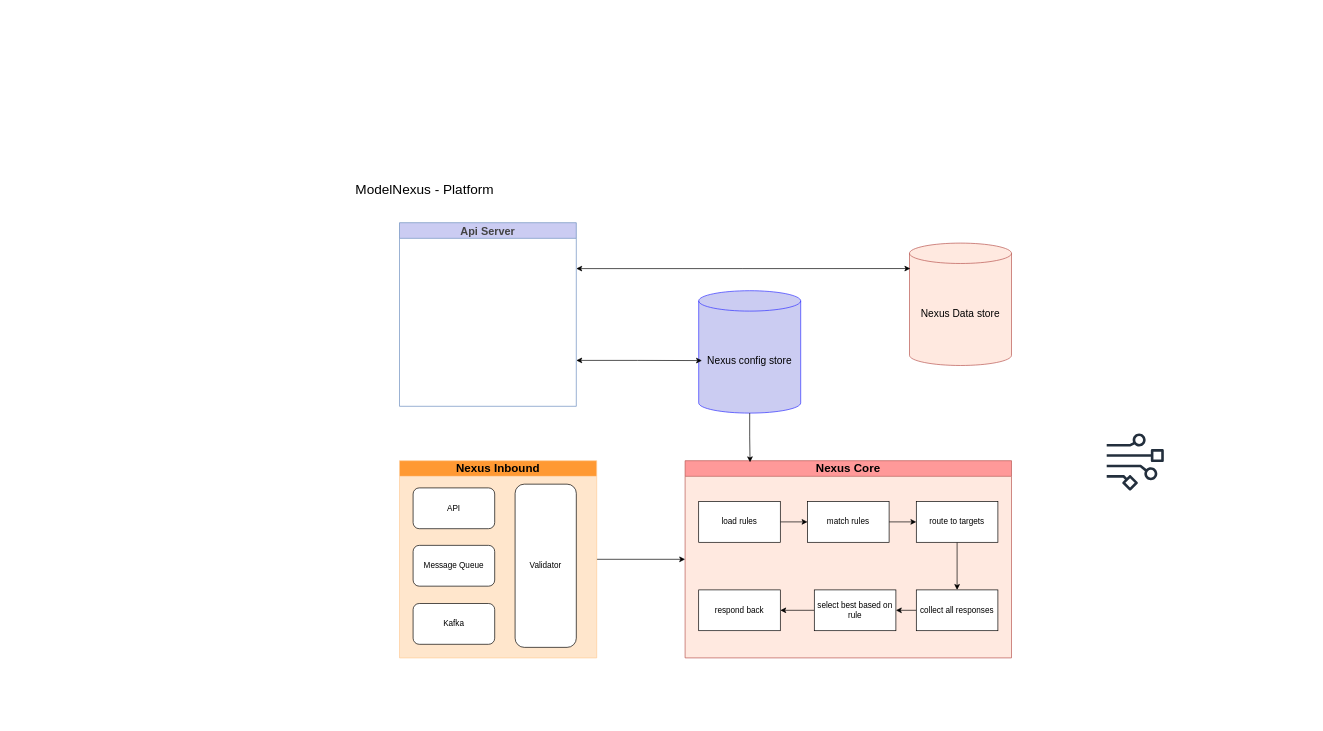
The draw.io diagram ModelNexus.drawio in AJ-ajay-AY/system_design, before the edit. Source tidied: cells renumbered, new cells numbered last; positions are measured from the earlier drawing's top-left corner, leaving out a move shared by most shapes. Both pictures are drawn from the tidied source at 68%, with x=0, y=0 at pixel (352, 168).
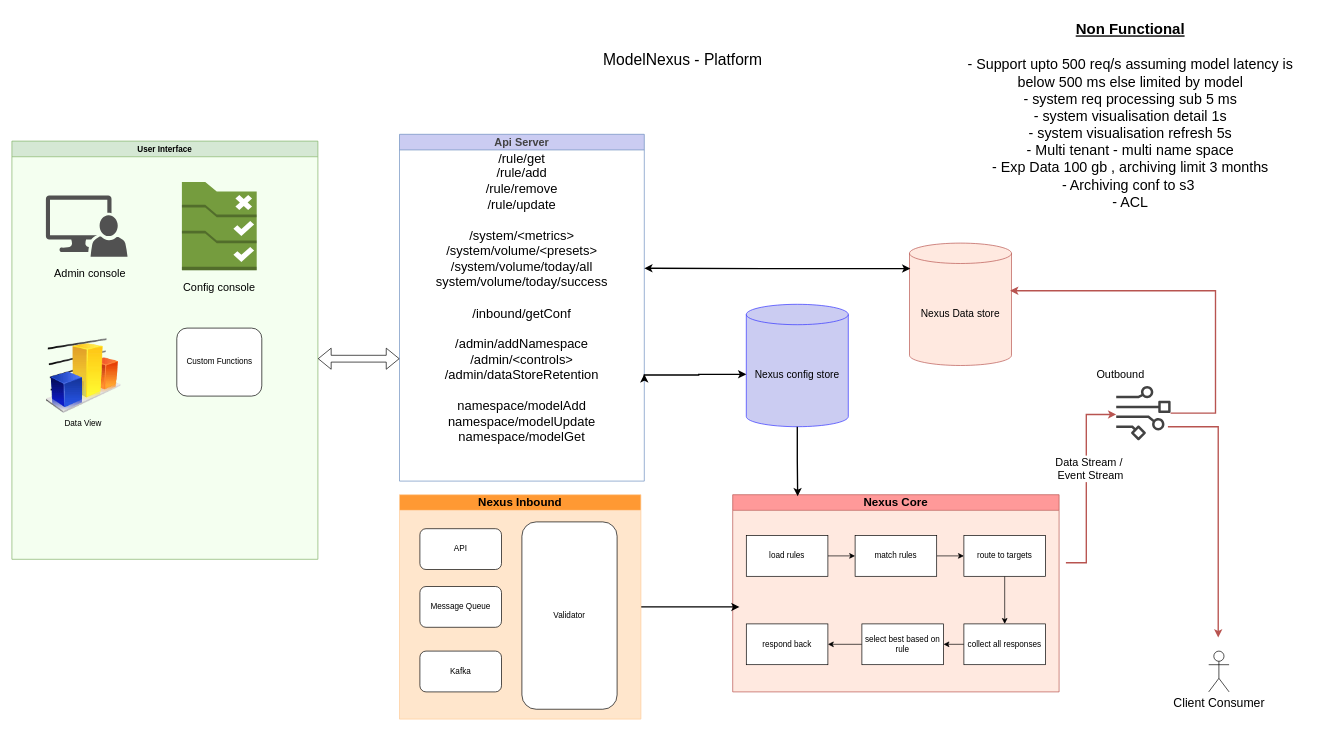
The same page after the edit.

The change refers to these unchanged cells:
```xml
<mxCell id="23" value="&lt;font style=&quot;font-size: 15px;&quot;&gt;Nexus Data store&lt;/font&gt;" style="shape=cylinder3;whiteSpace=wrap;html=1;boundedLbl=1;backgroundOutline=1;size=15;fillColor=#FFE9E0;strokeColor=#b85450;" parent="1" vertex="1">
  <mxGeometry x="820" y="110" width="150" height="180" as="geometry" />
</mxCell>
```

Diff of the diagram source:
```diff
@@
-    <mxCell id="2" value="&lt;font style=&quot;font-size: 20px;&quot;&gt;ModelNexus - Platform&amp;nbsp;&lt;/font&gt;" style="text;html=1;align=center;verticalAlign=middle;whiteSpace=wrap;rounded=0;" parent="1" vertex="1">
-      <mxGeometry width="220" height="60" as="geometry" />
+    <mxCell id="2" value="&lt;font style=&quot;font-size: 23px;&quot;&gt;ModelNexus - Platform&amp;nbsp;&lt;/font&gt;" style="text;html=1;align=center;verticalAlign=middle;whiteSpace=wrap;rounded=0;" parent="1" vertex="1">
+      <mxGeometry x="330" y="-230" width="320" height="140" as="geometry" />
     </mxCell>
     <mxCell id="3" value="&lt;font style=&quot;font-size: 17px;&quot;&gt;Nexus Core&lt;/font&gt;" style="swimlane;whiteSpace=wrap;html=1;fillColor=#FF9999;strokeColor=#b85450;swimlaneFillColor=#FFE9E0;" parent="1" vertex="1">
-      <mxGeometry x="490" y="430" width="480" height="290" as="geometry" />
+      <mxGeometry x="560" y="480" width="480" height="290" as="geometry" />
     </mxCell>
@@
     <mxCell id="15" value="&lt;font style=&quot;font-size: 15px;&quot;&gt;Nexus config store&lt;/font&gt;" style="shape=cylinder3;whiteSpace=wrap;html=1;boundedLbl=1;backgroundOutline=1;size=15;fillColor=#CBCCF2;strokeColor=#3333FF;" parent="1" vertex="1">
-      <mxGeometry x="510" y="180" width="150" height="180" as="geometry" />
+      <mxGeometry x="580" y="200" width="150" height="180" as="geometry" />
     </mxCell>
     <mxCell id="16" value="&lt;font color=&quot;#424242&quot; style=&quot;font-size: 16px;&quot;&gt;Api Server&lt;/font&gt;" style="swimlane;whiteSpace=wrap;html=1;fillColor=#CBCCF2;strokeColor=#6c8ebf;" parent="1" vertex="1">
-      <mxGeometry x="70" y="80" width="260" height="270" as="geometry" />
+      <mxGeometry x="70" y="-50" width="360" height="510" as="geometry" />
     </mxCell>
+    <mxCell id="28" value="&lt;div&gt;&lt;span style=&quot;font-size: 19px;&quot;&gt;&lt;br&gt;&lt;/span&gt;&lt;/div&gt;&lt;div&gt;&lt;span style=&quot;font-size: 19px;&quot;&gt;/rule/get&lt;/span&gt;&lt;br&gt;&lt;/div&gt;&lt;span style=&quot;font-size: 19px;&quot;&gt;/rule/add&lt;/span&gt;&lt;div&gt;&lt;span style=&quot;font-size: 19px;&quot;&gt;/rule/remove&lt;/span&gt;&lt;/div&gt;&lt;div&gt;&lt;span style=&quot;font-size: 19px;&quot;&gt;/rule/update&lt;/span&gt;&lt;/div&gt;&lt;div&gt;&lt;span style=&quot;font-size: 19px;&quot;&gt;&lt;br&gt;&lt;/span&gt;&lt;/div&gt;&lt;div&gt;&lt;span style=&quot;font-size: 19px;&quot;&gt;/system/&amp;lt;metrics&amp;gt;&lt;/span&gt;&lt;/div&gt;&lt;div&gt;&lt;span style=&quot;font-size: 19px;&quot;&gt;/system/volume/&amp;lt;presets&amp;gt;&lt;/span&gt;&lt;/div&gt;&lt;div&gt;&lt;span style=&quot;font-size: 19px;&quot;&gt;/system/volume/today/all&lt;/span&gt;&lt;/div&gt;&lt;div&gt;&lt;span style=&quot;font-size: 19px;&quot;&gt;system/volume/today/success&lt;/span&gt;&lt;/div&gt;&lt;div&gt;&lt;span style=&quot;font-size: 19px;&quot;&gt;&lt;br&gt;&lt;/span&gt;&lt;/div&gt;&lt;div&gt;&lt;span style=&quot;font-size: 19px;&quot;&gt;/inbound/getConf&lt;/span&gt;&lt;/div&gt;&lt;div&gt;&lt;span style=&quot;font-size: 19px;&quot;&gt;&lt;br&gt;&lt;/span&gt;&lt;/div&gt;&lt;div&gt;&lt;span style=&quot;font-size: 19px;&quot;&gt;/admin/addNamespace&lt;/span&gt;&lt;/div&gt;&lt;div&gt;&lt;span style=&quot;font-size: 19px;&quot;&gt;/admin/&amp;lt;controls&amp;gt;&lt;/span&gt;&lt;/div&gt;&lt;div&gt;&lt;span style=&quot;font-size: 19px;&quot;&gt;/admin/dataStoreRetention&lt;/span&gt;&lt;/div&gt;&lt;div&gt;&lt;span style=&quot;font-size: 19px;&quot;&gt;&lt;br&gt;&lt;/span&gt;&lt;/div&gt;&lt;div&gt;&lt;span style=&quot;font-size: 19px;&quot;&gt;namespace/modelAdd&lt;/span&gt;&lt;/div&gt;&lt;div&gt;&lt;span style=&quot;font-size: 19px;&quot;&gt;namespace/modelUpdate&lt;/span&gt;&lt;/div&gt;&lt;div&gt;&lt;span style=&quot;font-size: 19px;&quot;&gt;namespace/modelGet&lt;/span&gt;&lt;/div&gt;&lt;div&gt;&lt;span style=&quot;font-size: 19px;&quot;&gt;&lt;br&gt;&lt;/span&gt;&lt;/div&gt;&lt;div&gt;&lt;br&gt;&lt;/div&gt;&lt;div&gt;&lt;br&gt;&lt;/div&gt;" style="text;html=1;align=center;verticalAlign=middle;whiteSpace=wrap;rounded=0;" parent="16" vertex="1">
+      <mxGeometry x="75" y="150" width="210" height="210" as="geometry" />
+    </mxCell>
-    <mxCell id="17" style="edgeStyle=orthogonalEdgeStyle;rounded=0;jettySize=auto;html=1;entryX=0;entryY=0.5;entryDx=0;entryDy=0;" parent="1" edge="1" source="18" target="3">
-      <mxGeometry relative="1" as="geometry" />
+    <mxCell id="17" style="edgeStyle=orthogonalEdgeStyle;rounded=0;jettySize=auto;html=1;strokeWidth=2;" parent="1" edge="1" source="18">
+      <mxGeometry relative="1" as="geometry">
+        <mxPoint x="570" y="645" as="targetPoint" />
+      </mxGeometry>
     </mxCell>
     <mxCell id="18" value="&lt;font style=&quot;font-size: 17px;&quot;&gt;Nexus Inbound&lt;/font&gt;" style="swimlane;whiteSpace=wrap;html=1;fillColor=#FF9933;strokeColor=#FFCC99;swimlaneFillColor=#FFE6CC;" parent="1" vertex="1">
-      <mxGeometry x="70" y="430" width="290" height="290" as="geometry" />
+      <mxGeometry x="70" y="480" width="355" height="330" as="geometry" />
     </mxCell>
     <mxCell id="19" value="API" style="rounded=1;whiteSpace=wrap;html=1;" parent="18" vertex="1">
-      <mxGeometry x="20" y="40" width="120" height="60" as="geometry" />
+      <mxGeometry x="30" y="50" width="120" height="60" as="geometry" />
     </mxCell>
     <mxCell id="20" value="Message Queue" style="rounded=1;whiteSpace=wrap;html=1;" parent="18" vertex="1">
-      <mxGeometry x="20" y="124.5" width="120" height="60" as="geometry" />
+      <mxGeometry x="30" y="135" width="120" height="60" as="geometry" />
     </mxCell>
     <mxCell id="21" value="Kafka" style="rounded=1;whiteSpace=wrap;html=1;" parent="18" vertex="1">
-      <mxGeometry x="20" y="210" width="120" height="60" as="geometry" />
+      <mxGeometry x="30" y="230" width="120" height="60" as="geometry" />
     </mxCell>
     <mxCell id="22" value="Validator" style="rounded=1;whiteSpace=wrap;html=1;rotation=0;" parent="18" vertex="1">
-      <mxGeometry x="170" y="34.5" width="90" height="240" as="geometry" />
+      <mxGeometry x="180" y="40" width="140" height="275.5" as="geometry" />
     </mxCell>
@@
-    <mxCell id="24" style="edgeStyle=orthogonalEdgeStyle;rounded=0;jettySize=auto;html=1;exitX=1;exitY=0.75;exitDx=0;exitDy=0;entryX=0.032;entryY=0.571;entryDx=0;entryDy=0;entryPerimeter=0;startArrow=classic;startFill=1;" parent="1" edge="1" source="16" target="15">
-      <mxGeometry relative="1" as="geometry" />
+    <mxCell id="24" style="edgeStyle=orthogonalEdgeStyle;rounded=0;orthogonalLoop=1;jettySize=auto;html=1;startArrow=classic;startFill=1;strokeWidth=2;" parent="1" edge="1">
+      <mxGeometry relative="1" as="geometry">
+        <mxPoint x="430" y="303" as="sourcePoint" />
+        <mxPoint x="580" y="303" as="targetPoint" />
+        <Array as="points">
+          <mxPoint x="510" y="304" />
+        </Array>
+      </mxGeometry>
     </mxCell>
-    <mxCell id="25" style="edgeStyle=orthogonalEdgeStyle;rounded=0;jettySize=auto;html=1;exitX=1;exitY=0.25;exitDx=0;exitDy=0;entryX=0.008;entryY=0.208;entryDx=0;entryDy=0;entryPerimeter=0;startArrow=classic;startFill=1;" parent="1" edge="1" source="16" target="23">
-      <mxGeometry relative="1" as="geometry" />
+    <mxCell id="25" style="edgeStyle=orthogonalEdgeStyle;rounded=0;jettySize=auto;html=1;entryX=0.008;entryY=0.208;entryDx=0;entryDy=0;entryPerimeter=0;startArrow=classic;startFill=1;strokeWidth=2;" parent="1" edge="1" target="23">
+      <mxGeometry relative="1" as="geometry">
+        <mxPoint x="430" y="147" as="sourcePoint" />
+      </mxGeometry>
     </mxCell>
-    <mxCell id="26" style="edgeStyle=orthogonalEdgeStyle;rounded=0;jettySize=auto;html=1;exitX=0.5;exitY=1;exitDx=0;exitDy=0;exitPerimeter=0;entryX=0.199;entryY=0.008;entryDx=0;entryDy=0;entryPerimeter=0;" parent="1" edge="1" source="15" target="3">
+    <mxCell id="26" style="edgeStyle=orthogonalEdgeStyle;rounded=0;jettySize=auto;html=1;exitX=0.5;exitY=1;exitDx=0;exitDy=0;exitPerimeter=0;entryX=0.199;entryY=0.008;entryDx=0;entryDy=0;entryPerimeter=0;strokeWidth=2;" parent="1" edge="1" source="15" target="3">
       <mxGeometry relative="1" as="geometry" />
     </mxCell>
-    <mxCell id="27" style="sketch=0;outlineConnect=0;fontColor=#232F3E;gradientColor=none;fillColor=#232F3D;strokeColor=none;dashed=0;verticalLabelPosition=bottom;verticalAlign=top;align=center;html=1;fontSize=12;fontStyle=0;shape=mxgraph.aws4.data_stream;" parent="1" vertex="1">
-      <mxGeometry x="1110" y="390" width="84" height="84" as="geometry" />
+    <mxCell id="27" style="sketch=0;outlineConnect=0;fillColor=#424242;strokeColor=#3A5431;dashed=0;verticalLabelPosition=bottom;verticalAlign=top;align=center;html=1;fontSize=12;fontStyle=0;shape=mxgraph.aws4.data_stream;fontColor=#ffffff;" parent="1" vertex="1">
+      <mxGeometry x="1124" y="320" width="80" height="80" as="geometry" />
     </mxCell>
+    <mxCell id="29" style="edgeStyle=orthogonalEdgeStyle;rounded=0;jettySize=auto;html=1;fillColor=#f8cecc;strokeColor=#b85450;strokeWidth=2;" parent="1" edge="1" target="27">
+      <mxGeometry relative="1" as="geometry">
+        <mxPoint x="1050" y="580" as="sourcePoint" />
+        <Array as="points">
+          <mxPoint x="1080" y="580" />
+          <mxPoint x="1080" y="362" />
+        </Array>
+      </mxGeometry>
+    </mxCell>
+    <mxCell id="30" value="&lt;font style=&quot;font-size: 16px;&quot;&gt;Data Stream /&amp;nbsp;&lt;/font&gt;&lt;div style=&quot;font-size: 16px;&quot;&gt;&lt;font style=&quot;font-size: 16px;&quot;&gt;Event Stream&lt;/font&gt;&lt;/div&gt;" style="edgeLabel;html=1;align=center;verticalAlign=middle;" parent="29" vertex="1">
+      <mxGeometry x="-0.62" y="1" relative="1" as="geometry">
+        <mxPoint x="6" y="-114" as="offset" />
+      </mxGeometry>
+    </mxCell>
+    <mxCell id="31" style="endArrow=classic;html=1;rounded=0;edgeStyle=orthogonalEdgeStyle;fillColor=#f8cecc;strokeColor=#b85450;strokeWidth=2;" parent="1" edge="1" source="27">
+      <mxGeometry relative="1" as="geometry">
+        <mxPoint x="968" y="180" as="targetPoint" />
+        <Array as="points">
+          <mxPoint x="1270" y="360" />
+          <mxPoint x="1270" y="180" />
+          <mxPoint x="968" y="180" />
+        </Array>
+      </mxGeometry>
+    </mxCell>
+    <mxCell id="32" style="endArrow=classic;html=1;rounded=0;edgeStyle=orthogonalEdgeStyle;fillColor=#f8cecc;strokeColor=#b85450;strokeWidth=2;" parent="1" edge="1">
+      <mxGeometry relative="1" as="geometry">
+        <mxPoint x="1200" y="380" as="sourcePoint" />
+        <mxPoint x="1274" y="690" as="targetPoint" />
+        <Array as="points">
+          <mxPoint x="1274" y="380" />
+        </Array>
+      </mxGeometry>
+    </mxCell>
+    <mxCell id="33" value="&lt;font style=&quot;font-size: 18px;&quot;&gt;Client Consumer&lt;/font&gt;" style="shape=umlActor;verticalLabelPosition=bottom;verticalAlign=top;html=1;" parent="1" vertex="1">
+      <mxGeometry x="1260" y="710" width="30" height="60" as="geometry" />
+    </mxCell>
+    <mxCell id="34" value="User Interface" style="swimlane;whiteSpace=wrap;html=1;fillColor=#d5e8d4;strokeColor=#82b366;swimlaneFillColor=#F4FFF0;" parent="1" vertex="1">
+      <mxGeometry x="-500" y="-40" width="450" height="615" as="geometry" />
+    </mxCell>
+    <mxCell id="35" style="sketch=0;shadow=0;dashed=0;html=1;strokeColor=none;labelPosition=center;verticalLabelPosition=bottom;verticalAlign=top;align=center;fillColor=#515151;shape=mxgraph.mscae.system_center.admin_console;" parent="34" vertex="1">
+      <mxGeometry x="50" y="80" width="120" height="90" as="geometry" />
+    </mxCell>
+    <mxCell id="36" style="dashed=0;verticalLabelPosition=bottom;verticalAlign=top;align=center;html=1;shape=mxgraph.aws3.config_rule;fillColor=#759C3E;gradientColor=none;" parent="34" vertex="1">
+      <mxGeometry x="250" y="60" width="110" height="130" as="geometry" />
+    </mxCell>
+    <mxCell id="37" style="image;html=1;image=img/lib/clip_art/finance/Graph_128x128.png;" parent="34" vertex="1">
+      <mxGeometry x="30" y="290" width="150" height="110" as="geometry" />
+    </mxCell>
+    <mxCell id="38" value="&lt;font style=&quot;font-size: 16px;&quot;&gt;Admin console&lt;/font&gt;" style="text;html=1;align=center;verticalAlign=middle;whiteSpace=wrap;rounded=0;" parent="34" vertex="1">
+      <mxGeometry x="45" y="180" width="140" height="30" as="geometry" />
+    </mxCell>
+    <mxCell id="39" value="&lt;font style=&quot;font-size: 16px;&quot;&gt;Config console&lt;/font&gt;" style="text;html=1;align=center;verticalAlign=middle;whiteSpace=wrap;rounded=0;" parent="34" vertex="1">
+      <mxGeometry x="235" y="200" width="140" height="30" as="geometry" />
+    </mxCell>
+    <mxCell id="40" value="Data View" style="text;html=1;align=center;verticalAlign=middle;whiteSpace=wrap;rounded=0;" parent="34" vertex="1">
+      <mxGeometry x="75" y="400" width="60" height="30" as="geometry" />
+    </mxCell>
+    <mxCell id="41" value="Custom Functions" style="rounded=1;whiteSpace=wrap;html=1;" parent="34" vertex="1">
+      <mxGeometry x="242.5" y="275" width="125" height="100" as="geometry" />
+    </mxCell>
+    <mxCell id="42" value="&lt;font style=&quot;font-size: 16px;&quot;&gt;Outbound&lt;/font&gt;" style="text;html=1;align=center;verticalAlign=middle;strokeColor=none;fillColor=none;" parent="1" vertex="1">
+      <mxGeometry x="1085" y="288" width="90" height="30" as="geometry" />
+    </mxCell>
+    <mxCell id="43" style="shape=flexArrow;endArrow=classic;startArrow=classic;html=1;rounded=0;" parent="1" edge="1">
+      <mxGeometry relative="1" as="geometry">
+        <mxPoint x="-50" y="280" as="sourcePoint" />
+        <mxPoint x="70" y="280" as="targetPoint" />
+      </mxGeometry>
+    </mxCell>
+    <mxCell id="44" value="&lt;font style=&quot;font-size: 22px;&quot;&gt;&lt;u&gt;&lt;b&gt;Non Functional&lt;/b&gt;&lt;/u&gt;&lt;/font&gt;&lt;div style=&quot;font-size: 21px;&quot;&gt;&lt;span style=&quot;font-size: 22px;&quot;&gt;&lt;b&gt;&lt;u&gt;&lt;br&gt;&lt;/u&gt;&lt;/b&gt;&lt;/span&gt;&lt;div style=&quot;&quot;&gt;&lt;font style=&quot;font-size: 21px;&quot;&gt;- Support upto 500 req/s assuming model latency is below 500 ms else limited by model&lt;/font&gt;&lt;/div&gt;&lt;div style=&quot;&quot;&gt;&lt;font style=&quot;font-size: 21px;&quot;&gt;- system req processing sub 5 ms&lt;/font&gt;&lt;/div&gt;&lt;div style=&quot;&quot;&gt;&lt;font style=&quot;font-size: 21px;&quot;&gt;- system visualisation detail 1s&lt;/font&gt;&lt;/div&gt;&lt;div style=&quot;&quot;&gt;&lt;font style=&quot;font-size: 21px;&quot;&gt;- system visualisation refresh 5s&lt;/font&gt;&lt;/div&gt;&lt;div style=&quot;&quot;&gt;&lt;font style=&quot;font-size: 21px;&quot;&gt;- Multi tenant - multi name space&lt;/font&gt;&lt;/div&gt;&lt;div style=&quot;&quot;&gt;&lt;font style=&quot;font-size: 21px;&quot;&gt;- Exp Data 100 gb , archiving limit 3 months&lt;/font&gt;&lt;/div&gt;&lt;div style=&quot;&quot;&gt;&lt;font style=&quot;font-size: 21px;&quot;&gt;- Archiving conf to s3&amp;nbsp;&lt;/font&gt;&lt;/div&gt;&lt;div style=&quot;&quot;&gt;&lt;font style=&quot;font-size: 21px;&quot;&gt;- ACL&lt;/font&gt;&lt;/div&gt;&lt;div style=&quot;font-size: 22px;&quot;&gt;&lt;br&gt;&lt;/div&gt;&lt;/div&gt;" style="text;html=1;align=center;verticalAlign=middle;whiteSpace=wrap;rounded=0;strokeWidth=4;" parent="1" vertex="1">
+      <mxGeometry x="880" y="-130" width="530" height="130" as="geometry" />
+    </mxCell>
```
